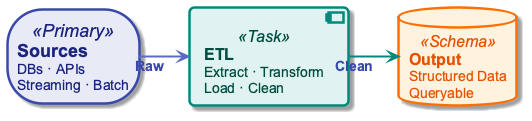
This is diagrams/week01/week1_what_is_de.png from OrPerets/data-engineering-course, a PlantUML export, as it was before one commit.
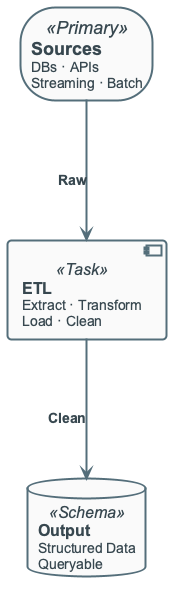
The same file after the commit.

Change to the diagram source:
```diff
@@ -8,7 +8,7 @@
 
 database "**Output**\n<size:14>Structured Data</size>\n<size:14>Queryable</size>" as O <<Schema>>
 
-S -[#5C6BC0,thickness=2]-> P : <color:#3949AB>**Raw**</color>
-P -[#00897B,thickness=2]-> O : <color:#3949AB>**Clean**</color>
+S -> P : **Raw**
+P -> O : **Clean**
 
 @enduml
```
